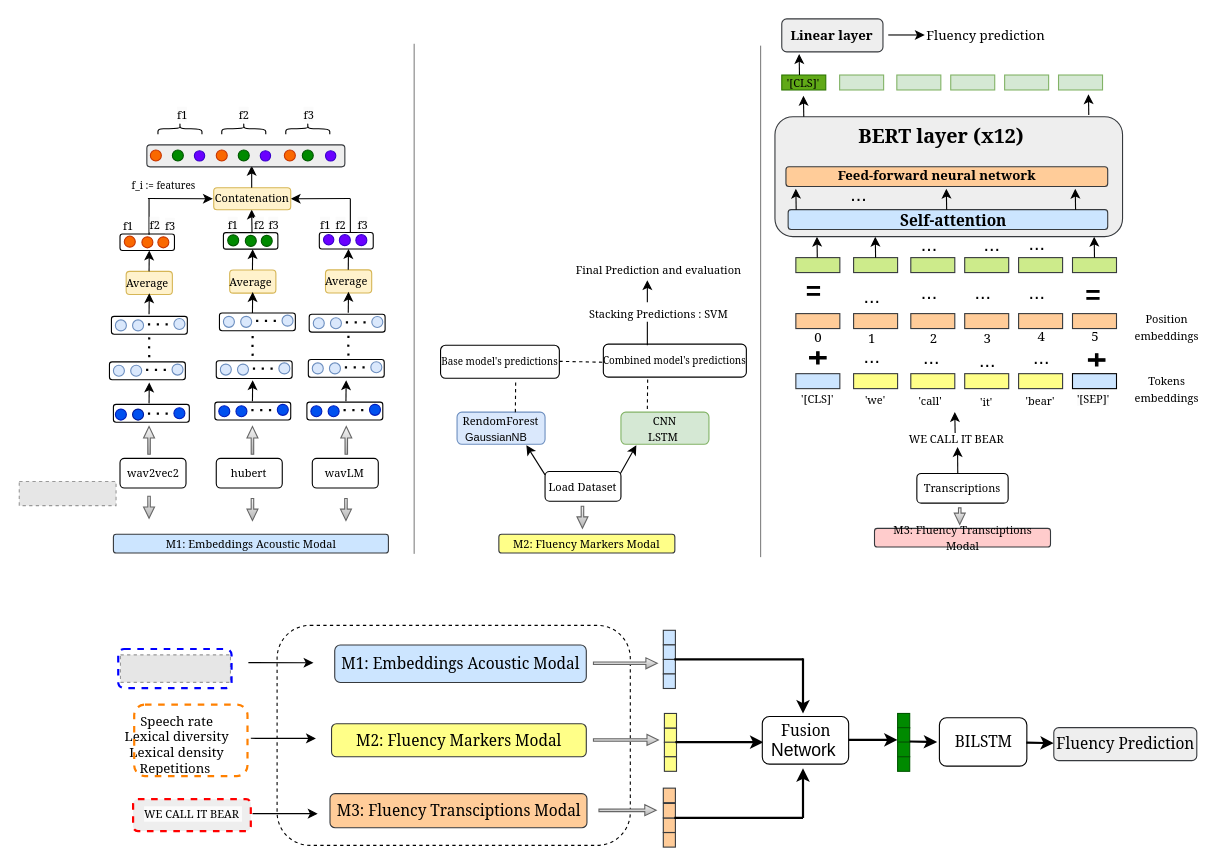
The draw.io diagram Trimodal_Fluency_sslmodel.drawio in papasega/Applied-Deep-Learning, before the edit. Source tidied: cells renumbered, new cells numbered last; positions are measured from the earlier drawing's top-left corner, leaving out a move shared by most shapes. Both pictures are drawn from the tidied source at 110%, with x=0, y=0 at pixel (19, 19). Pictures stored in the file or linked from it are replaced by grey dashed boxes.
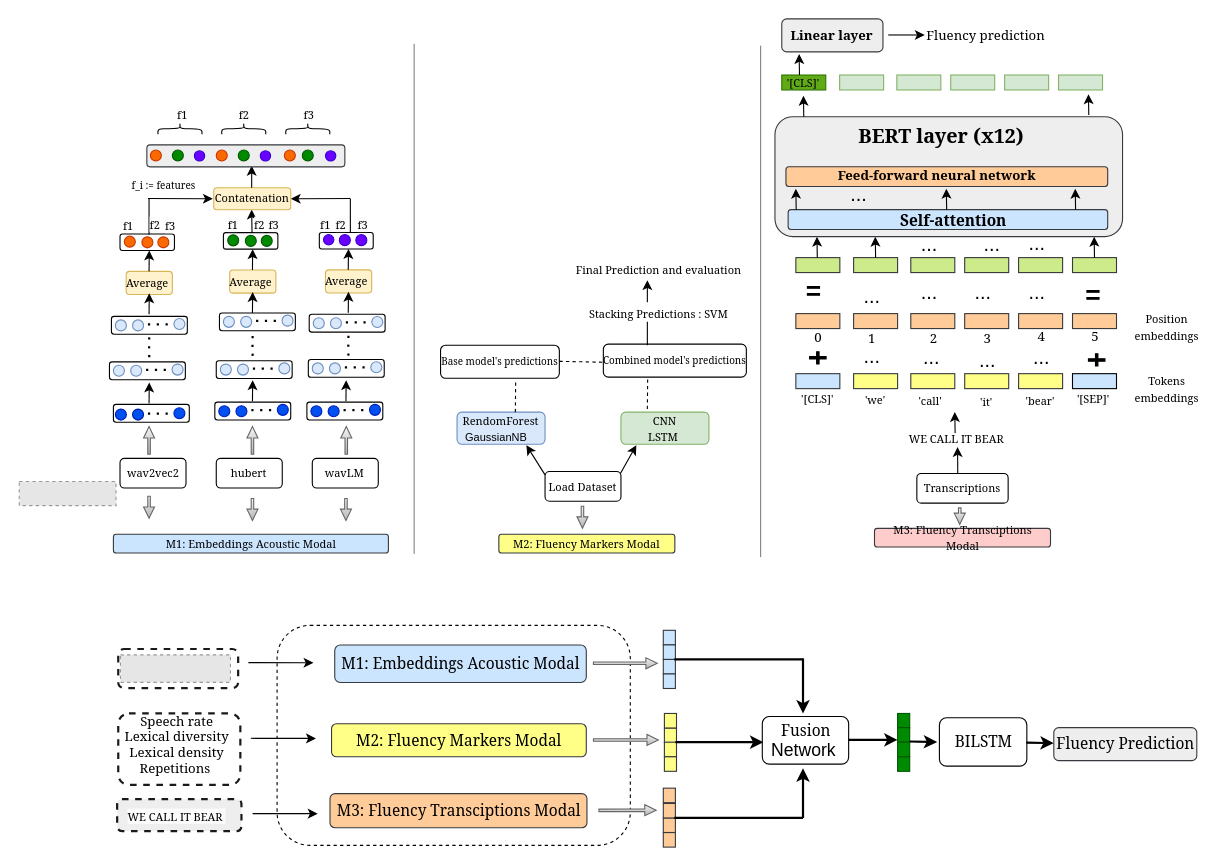
The same page after the edit.

Commit message (it also covers changes not shown here):
Mettre à jour Trimodal_Fluency_sslmodel.drawio

What changed in the source:
```diff
@@
-    <mxCell id="216" style="rounded=1;whiteSpace=wrap;html=1;fillColor=none;dashed=1;strokeColor=#0000FF;strokeWidth=2;" parent="1" vertex="1">
-      <mxGeometry x="90" y="572.5" width="103" height="35.5" as="geometry" />
+    <mxCell id="216" style="rounded=1;whiteSpace=wrap;html=1;fillColor=none;dashed=1;strokeColor=#1A1A1A;strokeWidth=2;" parent="1" vertex="1">
+      <mxGeometry x="90" y="572.5" width="109" height="35.5" as="geometry" />
     </mxCell>
@@
-    <mxCell id="220" style="rounded=1;whiteSpace=wrap;html=1;fillColor=none;dashed=1;strokeWidth=2;strokeColor=#FF8000;" parent="1" vertex="1">
-      <mxGeometry x="104.5" y="623" width="103" height="65" as="geometry" />
+    <mxCell id="220" style="rounded=1;whiteSpace=wrap;html=1;fillColor=none;dashed=1;strokeWidth=2;strokeColor=#1A1A1A;" parent="1" vertex="1">
+      <mxGeometry x="90" y="631.1" width="111" height="65" as="geometry" />
     </mxCell>
@@
-    <mxCell id="224" style="rounded=1;whiteSpace=wrap;html=1;dashed=1;fillColor=#eeeeee;strokeWidth=2;strokeColor=#FF0000;" parent="1" vertex="1">
-      <mxGeometry x="103.5" y="709" width="107" height="29" as="geometry" />
+    <mxCell id="224" style="rounded=1;whiteSpace=wrap;html=1;dashed=1;fillColor=#eeeeee;strokeWidth=2;strokeColor=#1A1A1A;" parent="1" vertex="1">
+      <mxGeometry x="89" y="709" width="113" height="29" as="geometry" />
     </mxCell>
     <mxCell id="225" value="&lt;span style=&quot;color: rgb(0, 0, 0); font-family: Georgia; font-size: 10px; font-style: normal; font-variant-ligatures: normal; font-variant-caps: normal; font-weight: 400; letter-spacing: normal; orphans: 2; text-align: center; text-indent: 0px; text-transform: none; widows: 2; word-spacing: 0px; -webkit-text-stroke-width: 0px; white-space: normal; background-color: rgb(251, 251, 251); text-decoration-thickness: initial; text-decoration-style: initial; text-decoration-color: initial; display: inline !important; float: none;&quot;&gt;WE CALL IT BEAR&amp;nbsp;&lt;/span&gt;" style="text;whiteSpace=wrap;html=1;strokeWidth=2;" parent="1" vertex="1">
-      <mxGeometry x="111.5" y="709" width="97" height="24" as="geometry" />
+      <mxGeometry x="97" y="711" width="97" height="24" as="geometry" />
     </mxCell>
```
